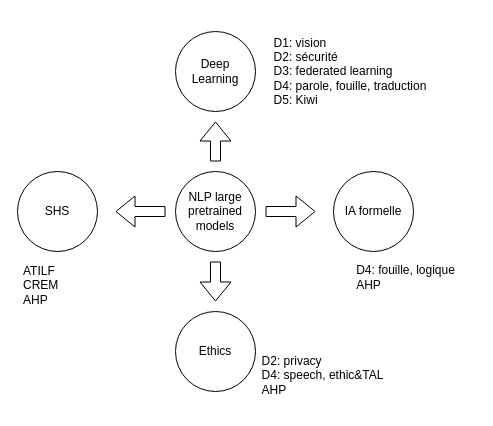
Earlier version of the draw.io diagram axeiatal1.drawio (cerisara/draws). Source tidied: cells renumbered, new cells numbered last; positions are measured from the earlier drawing's top-left corner, leaving out a move shared by most shapes. Both pictures are drawn from the tidied source at 100%, with x=0, y=0 at pixel (17, 17).
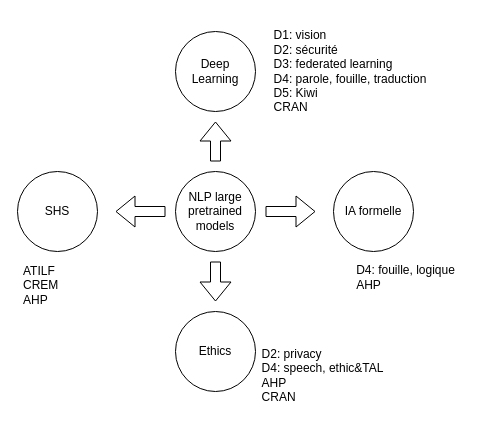
After the change.

The edit, as a diff of the source:
```diff
@@
 <mxGraphModel>
   <root>
     <mxCell id="0" />
     <mxCell id="1" parent="0" />
     <mxCell id="2" value="NLP large pretrained models" style="ellipse;whiteSpace=wrap;html=1;" parent="1" vertex="1">
       <mxGeometry x="158" y="154" width="80" height="80" as="geometry" />
     </mxCell>
     <mxCell id="3" value="Deep Learning" style="ellipse;whiteSpace=wrap;html=1;" parent="1" vertex="1">
       <mxGeometry x="158" y="14" width="80" height="80" as="geometry" />
     </mxCell>
     <mxCell id="4" value="Ethics" style="ellipse;whiteSpace=wrap;html=1;" parent="1" vertex="1">
       <mxGeometry x="158" y="294" width="80" height="80" as="geometry" />
     </mxCell>
     <mxCell id="5" value="SHS" style="ellipse;whiteSpace=wrap;html=1;" parent="1" vertex="1">
       <mxGeometry y="154" width="80" height="80" as="geometry" />
     </mxCell>
     <mxCell id="6" value="IA formelle" style="ellipse;whiteSpace=wrap;html=1;" parent="1" vertex="1">
       <mxGeometry x="316" y="154" width="80" height="80" as="geometry" />
     </mxCell>
-    <mxCell id="7" value="&lt;div align=&quot;left&quot;&gt;D1: vision&lt;/div&gt;&lt;div align=&quot;left&quot;&gt;D2: sécurité&lt;/div&gt;&lt;div align=&quot;left&quot;&gt;D3: federated learning&lt;br&gt;&lt;/div&gt;&lt;div&gt;D4: parole, fouille, traduction&lt;br&gt;&lt;/div&gt;&lt;div align=&quot;left&quot;&gt;D5: Kiwi&lt;br&gt;&lt;/div&gt;" style="text;html=1;strokeColor=none;fillColor=none;align=center;verticalAlign=middle;whiteSpace=wrap;rounded=0;" parent="1" vertex="1">
+    <mxCell id="7" value="&lt;div align=&quot;left&quot;&gt;D1: vision&lt;/div&gt;&lt;div align=&quot;left&quot;&gt;D2: sécurité&lt;/div&gt;&lt;div align=&quot;left&quot;&gt;D3: federated learning&lt;br&gt;&lt;/div&gt;&lt;div&gt;D4: parole, fouille, traduction&lt;br&gt;&lt;/div&gt;&lt;div align=&quot;left&quot;&gt;D5: Kiwi&lt;/div&gt;&lt;div align=&quot;left&quot;&gt;CRAN&lt;br&gt;&lt;/div&gt;" style="text;html=1;strokeColor=none;fillColor=none;align=center;verticalAlign=middle;whiteSpace=wrap;rounded=0;" parent="1" vertex="1">
       <mxGeometry x="233" y="-0.5" width="200" height="109" as="geometry" />
     </mxCell>
     <mxCell id="8" style="shape=flexArrow;endArrow=classic;html=1;rounded=0;" parent="1" edge="1">
       <mxGeometry relative="1" as="geometry">
         <mxPoint x="198" y="144" as="sourcePoint" />
         <mxPoint x="198" y="104" as="targetPoint" />
       </mxGeometry>
     </mxCell>
     <mxCell id="9" style="shape=flexArrow;endArrow=classic;html=1;rounded=0;" parent="1" edge="1">
       <mxGeometry relative="1" as="geometry">
         <mxPoint x="198" y="244" as="sourcePoint" />
         <mxPoint x="198" y="284" as="targetPoint" />
       </mxGeometry>
     </mxCell>
     <mxCell id="10" style="shape=flexArrow;endArrow=classic;html=1;rounded=0;" parent="1" edge="1">
       <mxGeometry relative="1" as="geometry">
         <mxPoint x="248" y="194" as="sourcePoint" />
         <mxPoint x="298" y="194" as="targetPoint" />
       </mxGeometry>
     </mxCell>
     <mxCell id="11" style="shape=flexArrow;endArrow=classic;html=1;rounded=0;" parent="1" edge="1">
       <mxGeometry relative="1" as="geometry">
         <mxPoint x="148" y="194" as="sourcePoint" />
         <mxPoint x="98" y="194" as="targetPoint" />
       </mxGeometry>
     </mxCell>
     <mxCell id="12" value="D4: fouille, logique&lt;br&gt;&lt;div align=&quot;left&quot;&gt;AHP&lt;br&gt;&lt;/div&gt;" style="text;html=1;strokeColor=none;fillColor=none;align=center;verticalAlign=middle;whiteSpace=wrap;rounded=0;" parent="1" vertex="1">
       <mxGeometry x="319" y="226.5" width="139" height="67.5" as="geometry" />
     </mxCell>
-    <mxCell id="13" value="&lt;div align=&quot;left&quot;&gt;D2: privacy&lt;/div&gt;&lt;div&gt;D4: speech, ethic&amp;amp;TAL&lt;br&gt;&lt;/div&gt;&lt;div align=&quot;left&quot;&gt;AHP&lt;br&gt;&lt;/div&gt;" style="text;html=1;strokeColor=none;fillColor=none;align=center;verticalAlign=middle;whiteSpace=wrap;rounded=0;" parent="1" vertex="1">
+    <mxCell id="13" value="&lt;div align=&quot;left&quot;&gt;D2: privacy&lt;/div&gt;&lt;div&gt;D4: speech, ethic&amp;amp;TAL&lt;br&gt;&lt;/div&gt;&lt;div align=&quot;left&quot;&gt;AHP&lt;/div&gt;&lt;div align=&quot;left&quot;&gt;CRAN&lt;br&gt;&lt;/div&gt;" style="text;html=1;strokeColor=none;fillColor=none;align=center;verticalAlign=middle;whiteSpace=wrap;rounded=0;" parent="1" vertex="1">
       <mxGeometry x="236" y="324" width="139" height="67.5" as="geometry" />
     </mxCell>
     <mxCell id="14" value="&lt;div align=&quot;left&quot;&gt;ATILF&lt;br&gt;&lt;/div&gt;&lt;div align=&quot;left&quot;&gt;CREM&lt;/div&gt;&lt;div align=&quot;left&quot;&gt;AHP&lt;br&gt;&lt;/div&gt;" style="text;html=1;strokeColor=none;fillColor=none;align=left;verticalAlign=middle;whiteSpace=wrap;rounded=0;" parent="1" vertex="1">
       <mxGeometry x="3.5" y="234" width="77.5" height="67.5" as="geometry" />
     </mxCell>
   </root>
 </mxGraphModel>
```
